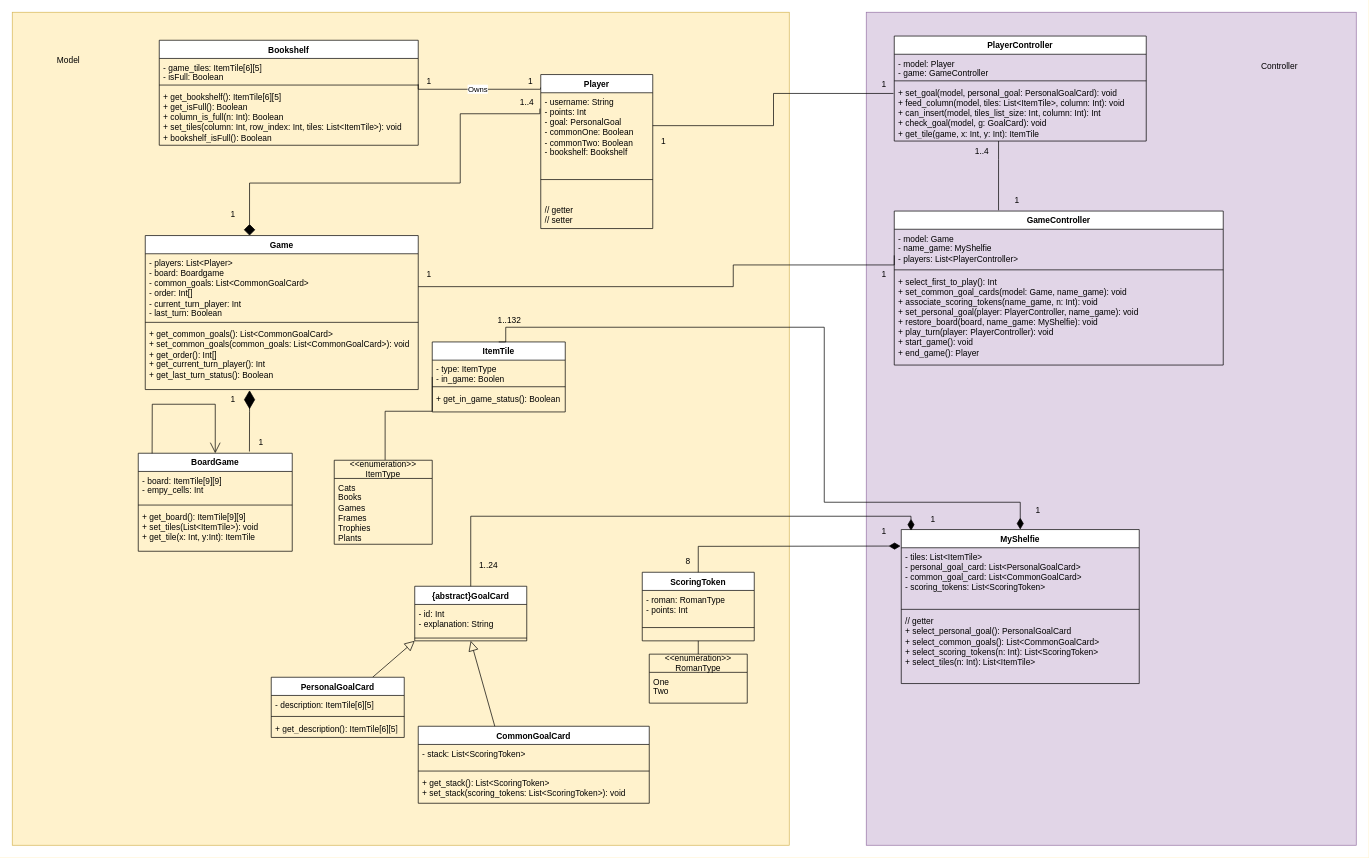
The draw.io diagram deliverable/classdiagram.drawio in andbna10/ing-sw-2023-Gentile-Gangi-Grandi-Isgro, before the edit. Source tidied: cells renumbered, new cells numbered last; positions are measured from the earlier drawing's top-left corner, leaving out a move shared by most shapes. Both pictures are drawn from the tidied source at 70%, with x=0, y=0 at pixel (12, 12).
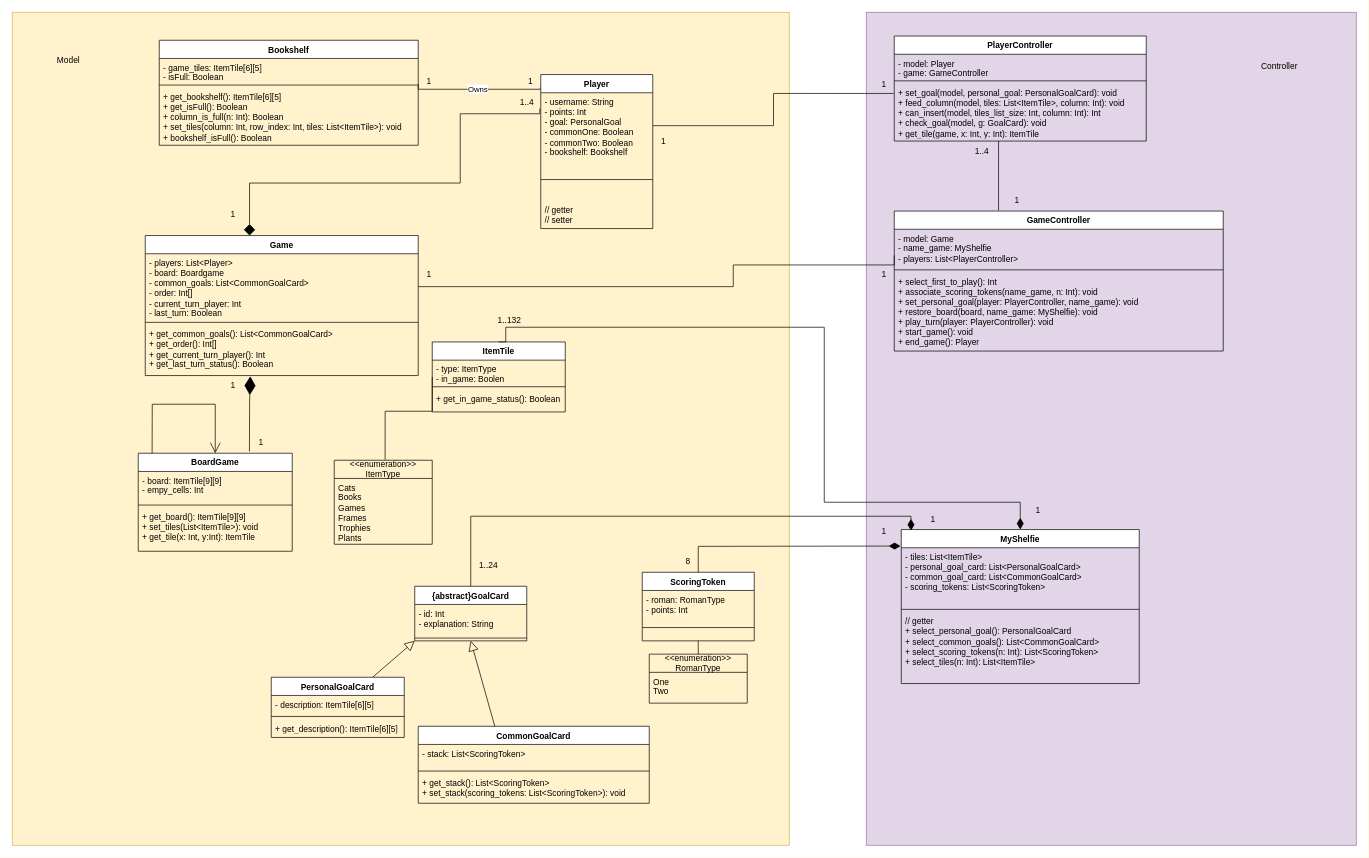
After the change.

The change refers to these unchanged cells:
```xml
<mxCell id="12" value="BoardGame" style="swimlane;fontStyle=1;align=center;verticalAlign=top;horizontal=1;startSize=26;whiteSpace=wrap;html=1;" parent="1" vertex="1">
  <mxGeometry x="180" y="630" width="220" height="140" as="geometry" />
</mxCell>
```

Diff of the diagram source:
```diff
@@
     <mxCell id="4" value="GameController" style="swimlane;fontStyle=1;align=center;verticalAlign=top;horizontal=1;startSize=26;whiteSpace=wrap;html=1;" parent="1" vertex="1">
-      <mxGeometry x="1260" y="284" width="470" height="220" as="geometry" />
+      <mxGeometry x="1260" y="284" width="470" height="200" as="geometry" />
     </mxCell>
@@
-    <mxCell id="7" value="+ select_first_to_play(): Int&lt;br&gt;+ set_common_goal_cards(model: Game, name_game): void&lt;br&gt;+ associate_scoring_tokens(name_game, n: Int): void&lt;br&gt;+ set_personal_goal(player: PlayerController, name_game): void&lt;br&gt;+ restore_board(board, name_game: MyShelfie): void&lt;br&gt;+ play_turn(player: PlayerController): void&lt;br&gt;+ start_game(): void&lt;br&gt;+ end_game(): Player" style="text;strokeColor=none;fillColor=none;align=left;verticalAlign=top;spacingLeft=4;spacingRight=4;overflow=hidden;whiteSpace=wrap;html=1;" parent="4" vertex="1">
-      <mxGeometry y="88" width="470" height="132" as="geometry" />
+    <mxCell id="7" value="+ select_first_to_play(): Int&lt;br&gt;+ associate_scoring_tokens(name_game, n: Int): void&lt;br&gt;+ set_personal_goal(player: PlayerController, name_game): void&lt;br&gt;+ restore_board(board, name_game: MyShelfie): void&lt;br&gt;+ play_turn(player: PlayerController): void&lt;br&gt;+ start_game(): void&lt;br&gt;+ end_game(): Player" style="text;strokeColor=none;fillColor=none;align=left;verticalAlign=top;spacingLeft=4;spacingRight=4;overflow=hidden;whiteSpace=wrap;html=1;" parent="4" vertex="1">
+      <mxGeometry y="88" width="470" height="112" as="geometry" />
     </mxCell>
@@
     <mxCell id="48" value="Game" style="swimlane;fontStyle=1;align=center;verticalAlign=top;horizontal=1;startSize=26;whiteSpace=wrap;html=1;" parent="1" vertex="1">
-      <mxGeometry x="190" y="319" width="390" height="220" as="geometry" />
+      <mxGeometry x="190" y="319" width="390" height="200" as="geometry" />
     </mxCell>
@@
-    <mxCell id="51" value="+ get_common_goals(): List&amp;lt;CommonGoalCard&amp;gt;&lt;br&gt;+ set_common_goals(common_goals: List&amp;lt;CommonGoalCard&amp;gt;): void&lt;br&gt;+ get_order(): Int[]&lt;br&gt;+ get_current_turn_player(): Int&lt;br&gt;+ get_last_turn_status(): Boolean" style="text;strokeColor=none;fillColor=none;align=left;verticalAlign=top;spacingLeft=4;spacingRight=4;overflow=hidden;whiteSpace=wrap;html=1;" parent="48" vertex="1">
-      <mxGeometry y="128" width="390" height="92" as="geometry" />
+    <mxCell id="51" value="+ get_common_goals(): List&amp;lt;CommonGoalCard&amp;gt;&lt;br&gt;+ get_order(): Int[]&lt;br&gt;+ get_current_turn_player(): Int&lt;br&gt;+ get_last_turn_status(): Boolean" style="text;strokeColor=none;fillColor=none;align=left;verticalAlign=top;spacingLeft=4;spacingRight=4;overflow=hidden;whiteSpace=wrap;html=1;" parent="48" vertex="1">
+      <mxGeometry y="128" width="390" height="72" as="geometry" />
     </mxCell>
@@
     <mxCell id="84" style="endArrow=diamondThin;endFill=1;endSize=24;html=1;rounded=0;exitX=0.722;exitY=-0.018;exitDx=0;exitDy=0;exitPerimeter=0;" parent="1" edge="1" source="12">
       <mxGeometry relative="1" as="geometry">
-        <mxPoint x="339" y="540" as="targetPoint" />
+        <mxPoint x="340" y="520" as="targetPoint" />
         <Array as="points">
           <mxPoint x="339" y="570" />
           <mxPoint x="339" y="560" />
         </Array>
       </mxGeometry>
     </mxCell>
     <mxCell id="85" value="1" style="text;html=1;align=center;verticalAlign=middle;strokeColor=none;fillColor=none;" parent="1" vertex="1">
-      <mxGeometry x="300" y="539" width="30" height="30" as="geometry" />
+      <mxGeometry x="300" y="519" width="30" height="30" as="geometry" />
     </mxCell>
```
